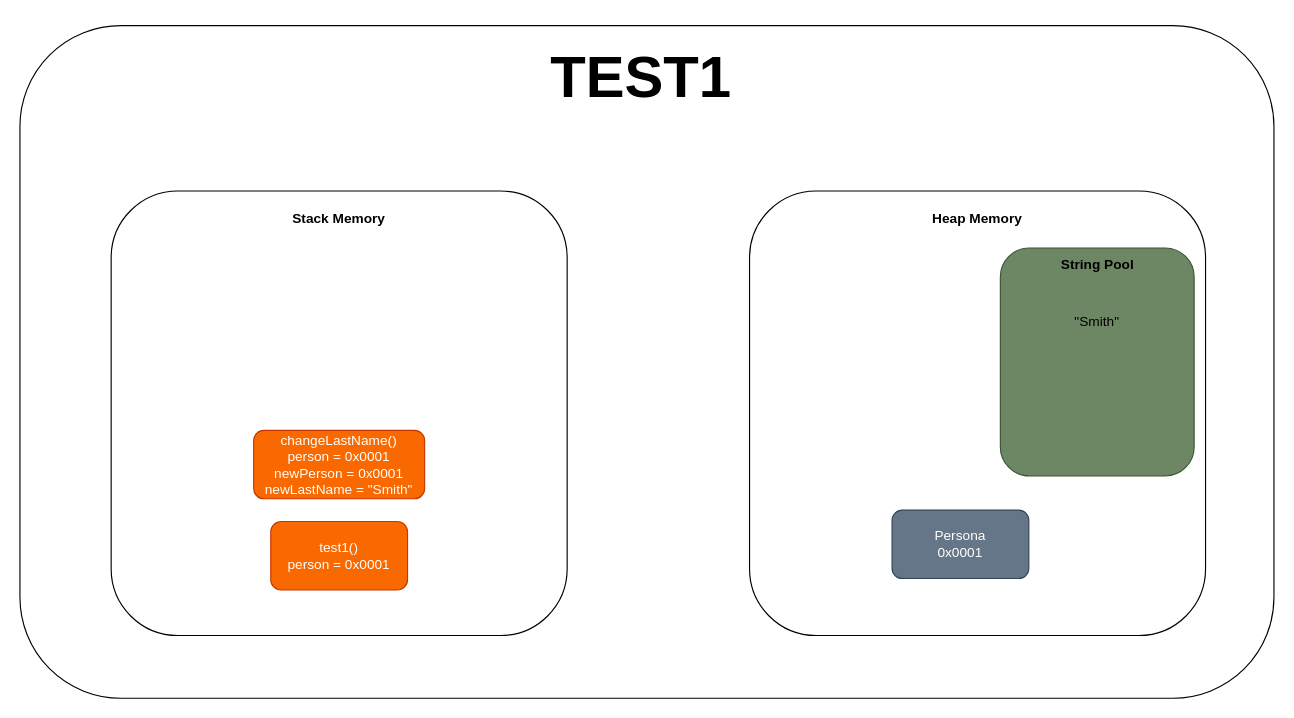
Above: page "test1" (1 of 2) of docs/ParameterPassing.drawio in aadoac/Parameter-passing-java (draw.io), before the change. Source tidied: cells renumbered, new cells numbered last; positions are measured from the earlier drawing's top-left corner, leaving out a move shared by most shapes. Both pictures are drawn from the tidied source at 114%, with x=0, y=0 at pixel (19, 19).
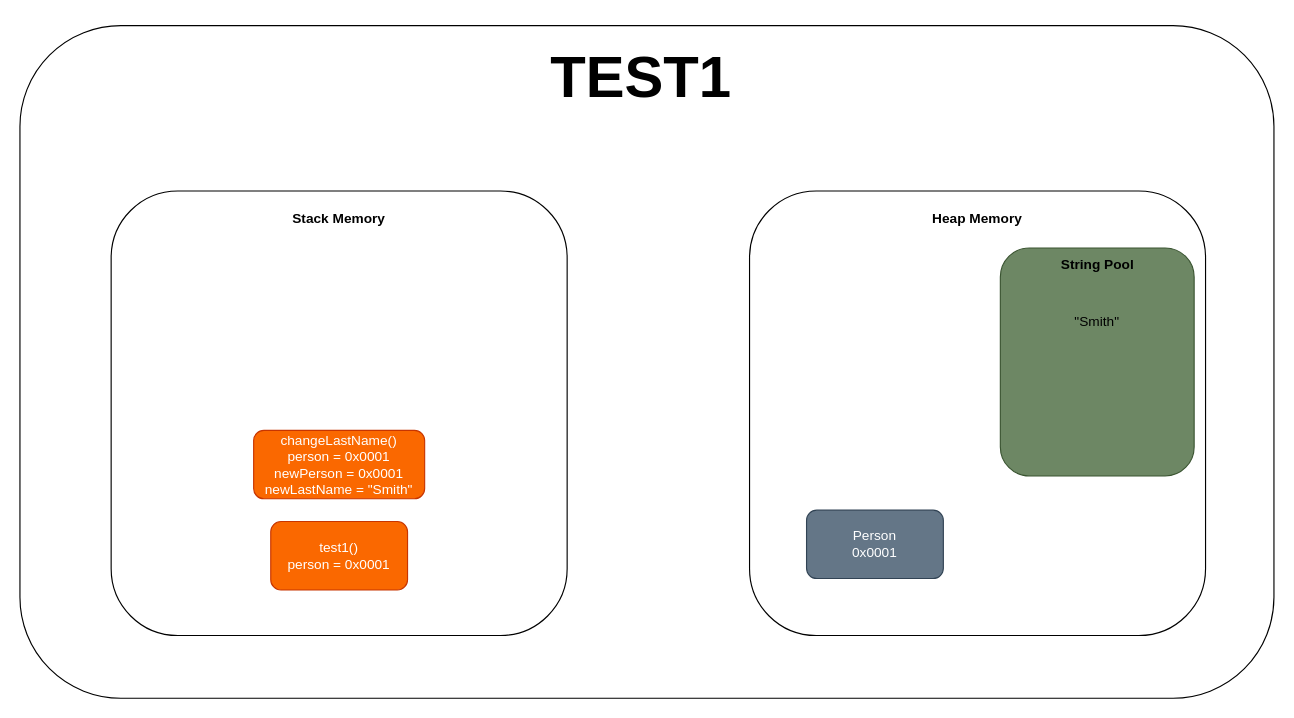
After the change.

The edit, as a diff of the source:
```diff
@@
 <mxGraphModel>
   <root>
     <mxCell id="0" />
     <mxCell id="1" parent="0" />
     <mxCell id="2" style="rounded=1;whiteSpace=wrap;html=1;" parent="1" vertex="1">
       <mxGeometry y="5" width="1100" height="590" as="geometry" />
     </mxCell>
     <mxCell id="3" style="rounded=1;whiteSpace=wrap;html=1;" parent="1" vertex="1">
       <mxGeometry x="80" y="150" width="400" height="390" as="geometry" />
     </mxCell>
     <mxCell id="4" style="rounded=1;whiteSpace=wrap;html=1;" parent="1" vertex="1">
       <mxGeometry x="640" y="150" width="400" height="390" as="geometry" />
     </mxCell>
     <mxCell id="5" value="Stack Memory" style="text;html=1;align=center;verticalAlign=middle;whiteSpace=wrap;rounded=0;fontStyle=1;" parent="1" vertex="1">
       <mxGeometry x="235" y="160" width="90" height="30" as="geometry" />
     </mxCell>
     <mxCell id="6" value="Heap Memory" style="text;html=1;align=center;verticalAlign=middle;whiteSpace=wrap;rounded=0;fontStyle=1;" parent="1" vertex="1">
       <mxGeometry x="795" y="160" width="90" height="30" as="geometry" />
     </mxCell>
     <mxCell id="7" value="test1()&lt;div&gt;person = 0x0001&lt;/div&gt;" style="rounded=1;whiteSpace=wrap;html=1;fillColor=#fa6800;strokeColor=#C73500;fontColor=#FFFFFF;" parent="1" vertex="1">
       <mxGeometry x="220" y="440" width="120" height="60" as="geometry" />
     </mxCell>
-    <mxCell id="8" value="Persona&lt;div&gt;0x0001&lt;/div&gt;" style="rounded=1;whiteSpace=wrap;html=1;fillColor=#647687;strokeColor=#314354;fontColor=#ffffff;" parent="1" vertex="1">
-      <mxGeometry x="765" y="430" width="120" height="60" as="geometry" />
+    <mxCell id="8" value="Person&lt;div&gt;0x0001&lt;/div&gt;" style="rounded=1;whiteSpace=wrap;html=1;fillColor=#647687;strokeColor=#314354;fontColor=#ffffff;" parent="1" vertex="1">
+      <mxGeometry x="690" y="430" width="120" height="60" as="geometry" />
     </mxCell>
     <mxCell id="9" value="changeLastName()&lt;br&gt;&lt;div&gt;person = 0x0001&lt;/div&gt;&lt;div&gt;newPerson = 0x0001&lt;/div&gt;&lt;div&gt;newLastName = &quot;Smith&quot;&lt;/div&gt;" style="rounded=1;whiteSpace=wrap;html=1;fillColor=#fa6800;strokeColor=#C73500;fontColor=#FFFFFF;" parent="1" vertex="1">
       <mxGeometry x="205" y="360" width="150" height="60" as="geometry" />
     </mxCell>
     <mxCell id="10" value="TEST1" style="text;html=1;strokeColor=none;fillColor=none;align=center;verticalAlign=middle;whiteSpace=wrap;rounded=0;fontSize=51;fontStyle=1;" parent="1" vertex="1">
       <mxGeometry x="325" width="440" height="100" as="geometry" />
     </mxCell>
     <mxCell id="11" style="rounded=1;whiteSpace=wrap;html=1;fillColor=#6d8764;strokeColor=#3A5431;fontColor=#ffffff;" parent="1" vertex="1">
       <mxGeometry x="860" y="200" width="170" height="200" as="geometry" />
     </mxCell>
     <mxCell id="12" value="String Pool" style="text;html=1;strokeColor=none;fillColor=none;align=center;verticalAlign=middle;whiteSpace=wrap;rounded=0;fontStyle=1;" parent="1" vertex="1">
       <mxGeometry x="902.5" y="200" width="85" height="30" as="geometry" />
     </mxCell>
     <mxCell id="13" value="&quot;Smith&quot;" style="text;html=1;strokeColor=none;fillColor=none;align=center;verticalAlign=middle;whiteSpace=wrap;rounded=0;" parent="1" vertex="1">
       <mxGeometry x="915" y="250" width="60" height="30" as="geometry" />
     </mxCell>
   </root>
 </mxGraphModel>
```
